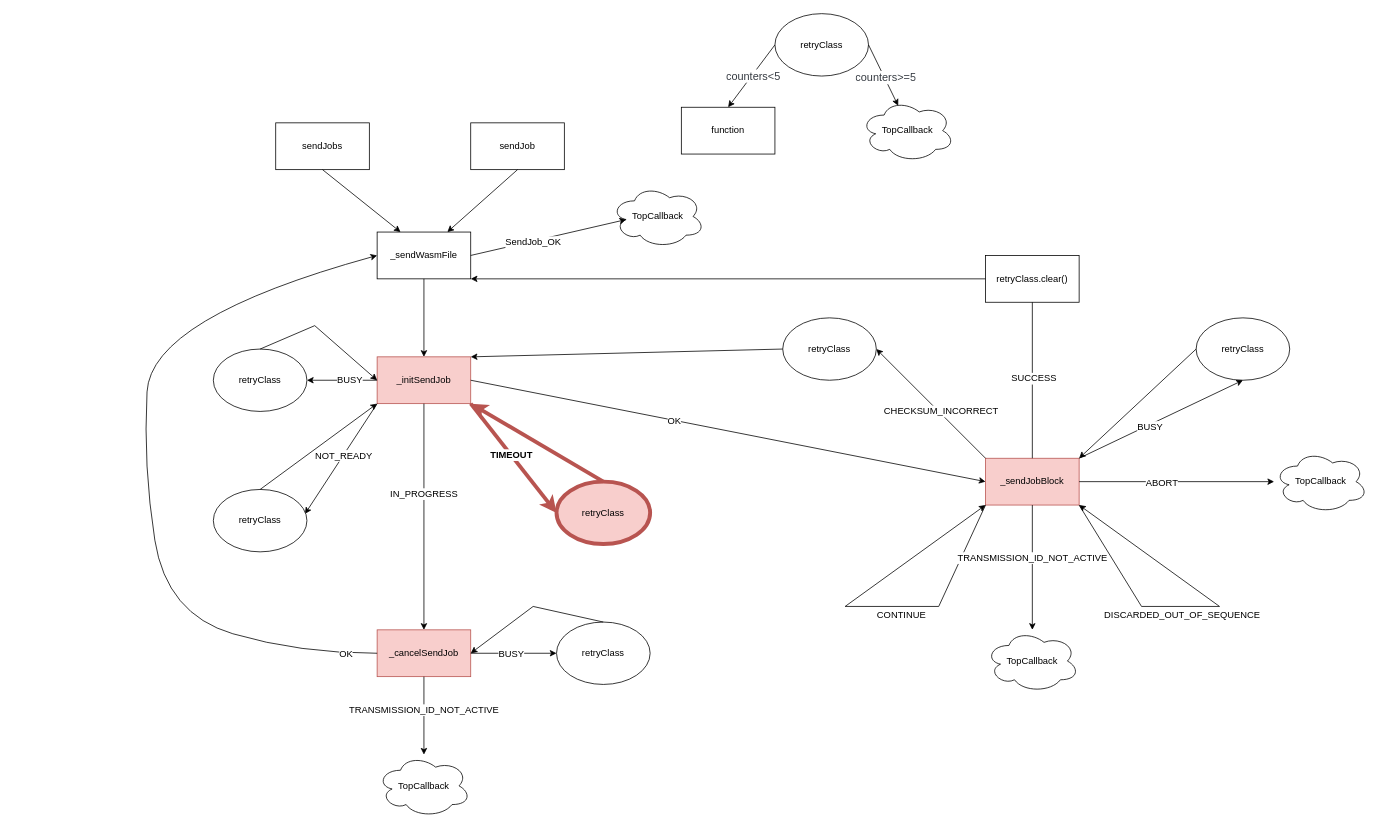
woruyu/test keeps this draw.io diagram as Untitled Diagram.drawio. Above is the earlier version. Source tidied: cells renumbered, new cells numbered last; positions are measured from the earlier drawing's top-left corner, leaving out a move shared by most shapes. Both pictures are drawn from the tidied source at 78%, with x=0, y=0 at pixel (143, 13).
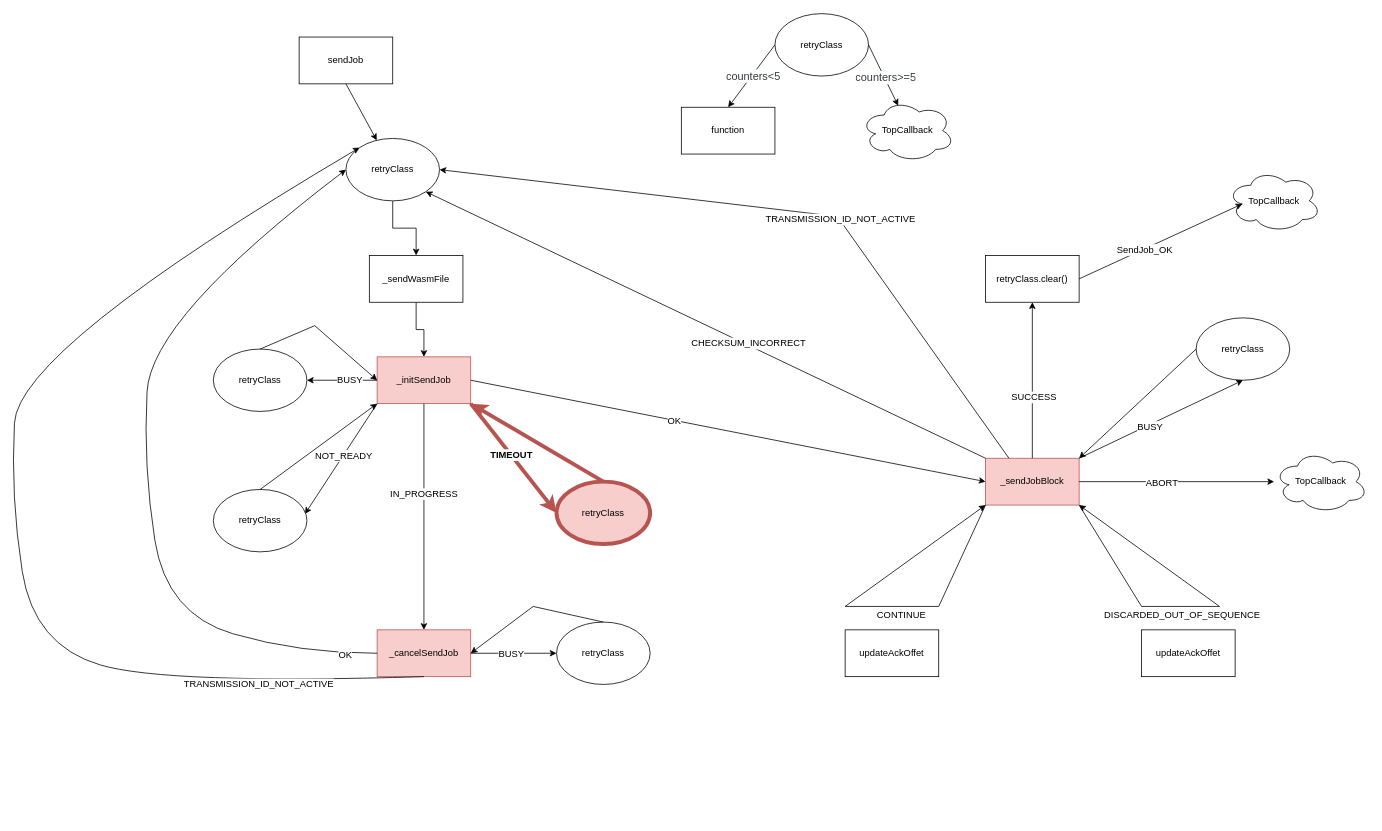
After the change.

The change refers to these unchanged cells:
```xml
<mxCell id="8" value="_initSendJob" style="rounded=0;whiteSpace=wrap;html=1;strokeColor=#b85450;align=center;verticalAlign=middle;fontFamily=Helvetica;fontSize=12;fillColor=#f8cecc;" parent="1" vertex="1">
  <mxGeometry x="300" y="440" width="120" height="60" as="geometry" />
</mxCell>
<mxCell id="13" value="_sendJobBlock" style="rounded=0;whiteSpace=wrap;html=1;strokeColor=#b85450;align=center;verticalAlign=middle;fontFamily=Helvetica;fontSize=12;fillColor=#f8cecc;" parent="1" vertex="1">
  <mxGeometry x="1080" y="570" width="120" height="60" as="geometry" />
</mxCell>
<mxCell id="22" value="_cancelSendJob" style="rounded=0;whiteSpace=wrap;html=1;strokeColor=#b85450;align=center;verticalAlign=middle;fontFamily=Helvetica;fontSize=12;fillColor=#f8cecc;" parent="1" vertex="1">
  <mxGeometry x="300" y="790" width="120" height="60" as="geometry" />
</mxCell>
<mxCell id="47" value="retryClass.clear()" style="rounded=0;whiteSpace=wrap;html=1;strokeColor=default;align=center;verticalAlign=middle;fontFamily=Helvetica;fontSize=12;fontColor=default;fillColor=default;" parent="1" vertex="1">
  <mxGeometry x="1080" y="310" width="120" height="60" as="geometry" />
</mxCell>
```

The edit, as a diff of the source:
```diff
@@
-    <mxCell id="2" value="_sendWasmFile" style="rounded=0;whiteSpace=wrap;html=1;" parent="1" vertex="1">
-      <mxGeometry x="300" y="280" width="120" height="60" as="geometry" />
-    </mxCell>
-    <mxCell id="3" style="endArrow=classic;html=1;rounded=0;exitX=0.5;exitY=1;exitDx=0;exitDy=0;entryX=0.5;entryY=0;entryDx=0;entryDy=0;" parent="1" edge="1" source="2" target="8">
-      <mxGeometry relative="1" as="geometry" />
-    </mxCell>
-    <mxCell id="4" value="sendJobs" style="rounded=0;whiteSpace=wrap;html=1;" parent="1" vertex="1">
-      <mxGeometry x="170" y="140" width="120" height="60" as="geometry" />
-    </mxCell>
     <mxCell id="5" value="sendJob" style="rounded=0;whiteSpace=wrap;html=1;" parent="1" vertex="1">
-      <mxGeometry x="420" y="140" width="120" height="60" as="geometry" />
+      <mxGeometry x="200" y="30" width="120" height="60" as="geometry" />
     </mxCell>
-    <mxCell id="6" style="endArrow=classic;html=1;rounded=0;fontFamily=Helvetica;fontSize=12;fontColor=default;exitX=0.5;exitY=1;exitDx=0;exitDy=0;entryX=0.25;entryY=0;entryDx=0;entryDy=0;" parent="1" edge="1" source="4" target="2">
-      <mxGeometry relative="1" as="geometry" />
-    </mxCell>
-    <mxCell id="7" style="endArrow=classic;html=1;rounded=0;fontFamily=Helvetica;fontSize=12;fontColor=default;exitX=0.5;exitY=1;exitDx=0;exitDy=0;entryX=0.75;entryY=0;entryDx=0;entryDy=0;" parent="1" edge="1" source="5" target="2">
+    <mxCell id="7" style="endArrow=classic;html=1;rounded=0;fontFamily=Helvetica;fontSize=12;fontColor=default;exitX=0.5;exitY=1;exitDx=0;exitDy=0;" parent="1" edge="1" source="5" target="52">
       <mxGeometry relative="1" as="geometry" />
     </mxCell>
@@
-    <mxCell id="33" style="curved=1;endArrow=classic;html=1;rounded=0;fontFamily=Helvetica;fontSize=12;fontColor=default;exitX=0;exitY=0.5;exitDx=0;exitDy=0;entryX=0;entryY=0.5;entryDx=0;entryDy=0;" parent="1" edge="1" source="22" target="2">
+    <mxCell id="33" style="curved=1;endArrow=classic;html=1;rounded=0;fontFamily=Helvetica;fontSize=12;fontColor=default;exitX=0;exitY=0.5;exitDx=0;exitDy=0;entryX=0;entryY=0.5;entryDx=0;entryDy=0;" parent="1" edge="1" source="22" target="52">
       <mxGeometry relative="1" as="geometry">
         <Array as="points">
           <mxPoint x="200" y="820" />
           <mxPoint x="30" y="770" />
           <mxPoint y="580" />
           <mxPoint x="10" y="390" />
         </Array>
       </mxGeometry>
     </mxCell>
@@
-    <mxCell id="35" value="TopCallback" style="ellipse;shape=cloud;whiteSpace=wrap;html=1;rounded=0;strokeColor=default;align=center;verticalAlign=middle;fontFamily=Helvetica;fontSize=12;fontColor=default;fillColor=default;" parent="1" vertex="1">
-      <mxGeometry x="300" y="950" width="120" height="80" as="geometry" />
-    </mxCell>
-    <mxCell id="36" style="endArrow=classic;html=1;rounded=0;fontFamily=Helvetica;fontSize=12;fontColor=default;exitX=0.5;exitY=1;exitDx=0;exitDy=0;" parent="1" edge="1" source="22" target="35">
-      <mxGeometry relative="1" as="geometry" />
-    </mxCell>
-    <mxCell id="37" value="TRANSMISSION_ID_NOT_ACTIVE" style="edgeLabel;html=1;align=center;verticalAlign=middle;rounded=0;strokeColor=default;fontFamily=Helvetica;fontSize=12;fontColor=default;fillColor=default;" parent="36" vertex="1">
-      <mxGeometry x="-0.16" y="-1" relative="1" as="geometry" />
-    </mxCell>
@@
-    <mxCell id="45" style="endArrow=classic;html=1;rounded=0;fontFamily=Helvetica;fontSize=12;fontColor=default;exitX=0.5;exitY=0;exitDx=0;exitDy=0;entryX=0.5;entryY=0;entryDx=0;entryDy=0;" parent="1" edge="1" source="13" target="47">
+    <mxCell id="45" style="endArrow=classic;html=1;rounded=0;fontFamily=Helvetica;fontSize=12;fontColor=default;exitX=0.5;exitY=0;exitDx=0;exitDy=0;entryX=0.5;entryY=1;entryDx=0;entryDy=0;" parent="1" edge="1" source="13" target="47">
       <mxGeometry relative="1" as="geometry" />
     </mxCell>
@@
-    <mxCell id="48" style="endArrow=classic;html=1;rounded=0;fontFamily=Helvetica;fontSize=12;fontColor=default;exitX=0;exitY=0.5;exitDx=0;exitDy=0;entryX=1;entryY=1;entryDx=0;entryDy=0;" parent="1" edge="1" source="47" target="2">
-      <mxGeometry relative="1" as="geometry" />
-    </mxCell>
     <mxCell id="49" value="TopCallback" style="ellipse;shape=cloud;whiteSpace=wrap;html=1;rounded=0;strokeColor=default;align=center;verticalAlign=middle;fontFamily=Helvetica;fontSize=12;fontColor=default;fillColor=default;" parent="1" vertex="1">
-      <mxGeometry x="600" y="220" width="120" height="80" as="geometry" />
+      <mxGeometry x="1390" y="200" width="120" height="80" as="geometry" />
     </mxCell>
-    <mxCell id="50" style="endArrow=classic;html=1;rounded=0;fontFamily=Helvetica;fontSize=12;fontColor=default;entryX=0.16;entryY=0.55;entryDx=0;entryDy=0;exitX=1;exitY=0.5;exitDx=0;exitDy=0;entryPerimeter=0;" parent="1" edge="1" source="2" target="49">
-      <mxGeometry relative="1" as="geometry" />
+    <mxCell id="50" style="endArrow=classic;html=1;rounded=0;fontFamily=Helvetica;fontSize=12;fontColor=default;entryX=0.16;entryY=0.55;entryDx=0;entryDy=0;entryPerimeter=0;" parent="1" edge="1" target="49">
+      <mxGeometry relative="1" as="geometry">
+        <mxPoint x="1200" y="340" as="sourcePoint" />
+      </mxGeometry>
     </mxCell>
@@
-    <mxCell id="52" value="retryClass" style="ellipse;whiteSpace=wrap;html=1;rounded=0;strokeColor=default;align=center;verticalAlign=middle;fontFamily=Helvetica;fontSize=12;fontColor=default;fillColor=default;" parent="1" vertex="1">
-      <mxGeometry x="820" y="390" width="120" height="80" as="geometry" />
-    </mxCell>
-    <mxCell id="53" style="endArrow=classic;html=1;rounded=0;fontFamily=Helvetica;fontSize=12;fontColor=default;exitX=0;exitY=0;exitDx=0;exitDy=0;entryX=1;entryY=0.5;entryDx=0;entryDy=0;" parent="1" edge="1" source="13" target="52">
+    <mxCell id="53" style="endArrow=classic;html=1;rounded=0;fontFamily=Helvetica;fontSize=12;fontColor=default;exitX=0;exitY=0;exitDx=0;exitDy=0;entryX=1;entryY=1;entryDx=0;entryDy=0;" parent="1" edge="1" source="13" target="52">
       <mxGeometry relative="1" as="geometry" />
     </mxCell>
@@
-    <mxCell id="55" style="endArrow=classic;html=1;rounded=0;fontFamily=Helvetica;fontSize=12;fontColor=default;exitX=0;exitY=0.5;exitDx=0;exitDy=0;entryX=1;entryY=0;entryDx=0;entryDy=0;" parent="1" edge="1" source="52" target="8">
-      <mxGeometry relative="1" as="geometry" />
-    </mxCell>
-    <mxCell id="56" value="TopCallback" style="ellipse;shape=cloud;whiteSpace=wrap;html=1;rounded=0;strokeColor=default;align=center;verticalAlign=middle;fontFamily=Helvetica;fontSize=12;fontColor=default;fillColor=default;" parent="1" vertex="1">
-      <mxGeometry x="1080" y="790" width="120" height="80" as="geometry" />
-    </mxCell>
-    <mxCell id="57" style="endArrow=classic;html=1;rounded=0;fontFamily=Helvetica;fontSize=12;fontColor=default;exitX=0.5;exitY=1;exitDx=0;exitDy=0;" parent="1" edge="1" source="13" target="56">
-      <mxGeometry relative="1" as="geometry" />
+    <mxCell id="57" style="endArrow=classic;html=1;rounded=0;fontFamily=Helvetica;fontSize=12;fontColor=default;exitX=0.25;exitY=0;exitDx=0;exitDy=0;entryX=1;entryY=0.5;entryDx=0;entryDy=0;" parent="1" edge="1" source="13" target="52">
+      <mxGeometry relative="1" as="geometry">
+        <Array as="points">
+          <mxPoint x="890" y="260" />
+        </Array>
+      </mxGeometry>
     </mxCell>
@@
+    <mxCell id="68" style="edgeStyle=orthogonalEdgeStyle;rounded=0;jettySize=auto;html=1;entryX=0.5;entryY=0;entryDx=0;entryDy=0;fontFamily=Helvetica;fontSize=12;fontColor=default;" parent="1" edge="1" source="52" target="2">
+      <mxGeometry relative="1" as="geometry" />
+    </mxCell>
+    <mxCell id="52" value="retryClass" style="ellipse;whiteSpace=wrap;html=1;rounded=0;strokeColor=default;align=center;verticalAlign=middle;fontFamily=Helvetica;fontSize=12;fontColor=default;fillColor=default;" parent="1" vertex="1">
+      <mxGeometry x="260" y="160" width="120" height="80" as="geometry" />
+    </mxCell>
+    <mxCell id="69" style="curved=1;endArrow=classic;html=1;rounded=0;fontFamily=Helvetica;fontSize=12;fontColor=default;exitX=0.5;exitY=1;exitDx=0;exitDy=0;entryX=0;entryY=0;entryDx=0;entryDy=0;" parent="1" edge="1" source="22" target="52">
+      <mxGeometry relative="1" as="geometry">
+        <Array as="points">
+          <mxPoint x="30" y="860" />
+          <mxPoint x="-140" y="810" />
+          <mxPoint x="-170" y="620" />
+          <mxPoint x="-160" y="430" />
+        </Array>
+      </mxGeometry>
+    </mxCell>
+    <mxCell id="37" value="TRANSMISSION_ID_NOT_ACTIVE" style="edgeLabel;html=1;align=center;verticalAlign=middle;rounded=0;strokeColor=default;fontFamily=Helvetica;fontSize=12;fontColor=default;fillColor=default;" parent="69" vertex="1">
+      <mxGeometry x="-0.72" y="-3" relative="1" as="geometry">
+        <mxPoint x="-16" y="7" as="offset" />
+      </mxGeometry>
+    </mxCell>
+    <mxCell id="3" style="edgeStyle=orthogonalEdgeStyle;rounded=0;jettySize=auto;html=1;entryX=0.5;entryY=0;entryDx=0;entryDy=0;fontFamily=Helvetica;fontSize=12;fontColor=default;" parent="1" edge="1" source="2" target="8">
+      <mxGeometry relative="1" as="geometry" />
+    </mxCell>
+    <mxCell id="2" value="_sendWasmFile" style="rounded=0;whiteSpace=wrap;html=1;" parent="1" vertex="1">
+      <mxGeometry x="290" y="310" width="120" height="60" as="geometry" />
+    </mxCell>
+    <mxCell id="70" value="updateAckOffet" style="rounded=0;whiteSpace=wrap;html=1;strokeColor=default;align=center;verticalAlign=middle;fontFamily=Helvetica;fontSize=12;fontColor=default;fillColor=default;" parent="1" vertex="1">
+      <mxGeometry x="900" y="790" width="120" height="60" as="geometry" />
+    </mxCell>
+    <mxCell id="71" value="updateAckOffet" style="rounded=0;whiteSpace=wrap;html=1;strokeColor=default;align=center;verticalAlign=middle;fontFamily=Helvetica;fontSize=12;fontColor=default;fillColor=default;" parent="1" vertex="1">
+      <mxGeometry x="1280" y="790" width="120" height="60" as="geometry" />
+    </mxCell>
```
